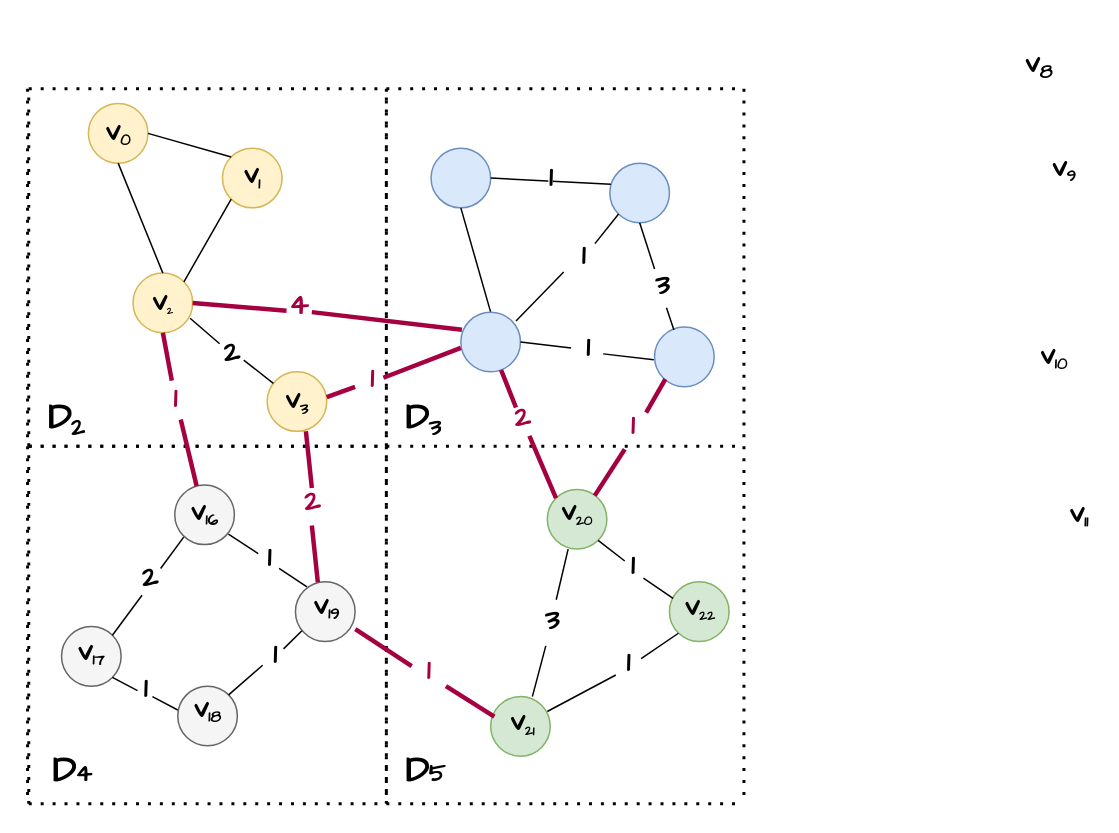
Above: 未命名绘图.drawio in coldbubbletea/World-of-Warcraft--Non-graphical-interface-CPP-game (draw.io), before the change. Source tidied: cells renumbered, new cells numbered last; positions are measured from the earlier drawing's top-left corner, leaving out a move shared by most shapes. Both pictures are drawn from the tidied source at 149%, with x=0, y=0 at pixel (27, 52).
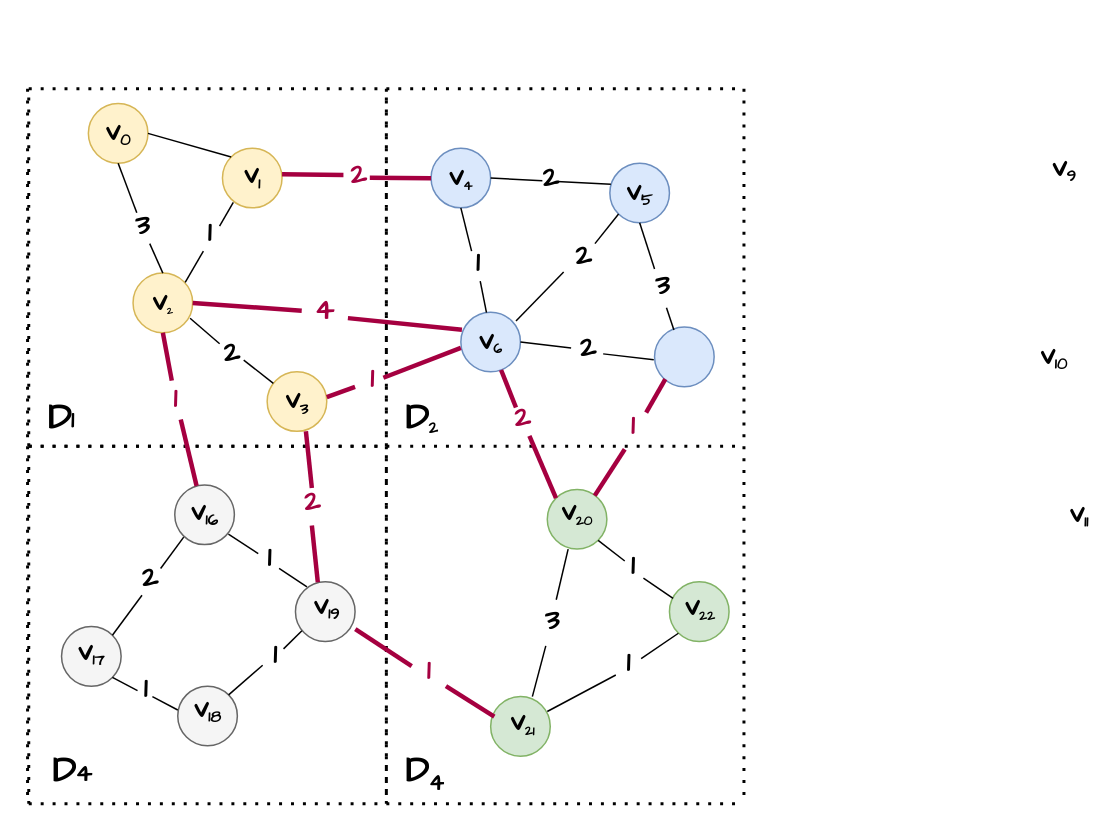
Above is the later version.

Commit message:
更新未命名绘图.drawio

The change refers to these unchanged cells:
```xml
<mxCell id="6" style="ellipse;whiteSpace=wrap;html=1;fillColor=#dae8fc;strokeColor=#6c8ebf;" parent="1" vertex="1">
  <mxGeometry x="270.8" y="64" width="40" height="40" as="geometry" />
</mxCell>
<mxCell id="9" style="endArrow=none;html=1;rounded=0;entryX=0.017;entryY=0.354;entryDx=0;entryDy=0;entryPerimeter=0;exitX=1;exitY=0.5;exitDx=0;exitDy=0;fillColor=#0050ef;strokeColor=#000000;" parent="1" edge="1" source="6" target="5">
  <mxGeometry relative="1" as="geometry" />
</mxCell>
<mxCell id="11" style="ellipse;whiteSpace=wrap;html=1;fillColor=#fff2cc;strokeColor=#d6b656;" parent="1" vertex="1">
  <mxGeometry x="40.8" y="34" width="40" height="40" as="geometry" />
</mxCell>
<mxCell id="12" style="ellipse;whiteSpace=wrap;html=1;fillColor=#fff2cc;strokeColor=#d6b656;" parent="1" vertex="1">
  <mxGeometry x="70.8" y="147.8" width="40" height="40" as="geometry" />
</mxCell>
<mxCell id="13" style="ellipse;whiteSpace=wrap;html=1;fillColor=#fff2cc;strokeColor=#d6b656;" parent="1" vertex="1">
  <mxGeometry x="130.8" y="64" width="40" height="40" as="geometry" />
</mxCell>
<mxCell id="15" style="ellipse;whiteSpace=wrap;html=1;fillColor=#dae8fc;strokeColor=#6c8ebf;" parent="1" vertex="1">
  <mxGeometry x="290.8" y="174" width="40" height="40" as="geometry" />
</mxCell>
```

What changed in the source:
```diff
@@
-    <mxCell id="8" style="endArrow=none;html=1;rounded=0;entryX=0.5;entryY=1;entryDx=0;entryDy=0;exitX=0.25;exitY=0;exitDx=0;exitDy=0;exitPerimeter=0;fillColor=#0050ef;strokeColor=#000000;" parent="1" edge="1" target="6">
+    <mxCell id="8" style="endArrow=none;html=1;rounded=0;entryX=0.5;entryY=1;entryDx=0;entryDy=0;fillColor=#0050ef;strokeColor=#000000;" parent="1" edge="1" target="6">
       <mxGeometry relative="1" as="geometry">
-        <mxPoint x="310.8" y="174" as="sourcePoint" />
+        <mxPoint x="298" y="133" as="sourcePoint" />
       </mxGeometry>
     </mxCell>
@@
-    <mxCell id="10" value="1" style="edgeLabel;html=1;align=center;verticalAlign=middle;fontFamily=Comic Sans MS;fontSize=19;fontStyle=1;" parent="9" vertex="1">
+    <mxCell id="10" value="2" style="edgeLabel;html=1;align=center;verticalAlign=middle;fontFamily=Comic Sans MS;fontSize=19;fontStyle=1;" parent="9" vertex="1">
       <mxGeometry x="-0.28" y="-2" relative="1" as="geometry">
         <mxPoint x="11" y="-3" as="offset" />
       </mxGeometry>
     </mxCell>
@@
-    <mxCell id="18" style="endArrow=none;html=1;rounded=0;exitX=1;exitY=0;exitDx=0;exitDy=0;entryX=0;entryY=1;entryDx=0;entryDy=0;fillColor=#0050ef;strokeColor=#000000;" parent="1" edge="1" source="12" target="13">
+    <mxCell id="18" style="endArrow=none;html=1;rounded=0;entryX=0.182;entryY=0.907;entryDx=0;entryDy=0;fillColor=#0050ef;strokeColor=#000000;exitX=0.886;exitY=0.077;exitDx=0;exitDy=0;exitPerimeter=0;entryPerimeter=0;" parent="1" edge="1" source="117" target="13">
       <mxGeometry relative="1" as="geometry" />
     </mxCell>
-    <mxCell id="19" style="endArrow=none;html=1;rounded=0;entryX=0.5;entryY=0;entryDx=0;entryDy=0;exitX=0.5;exitY=1;exitDx=0;exitDy=0;fillColor=#0050ef;strokeColor=#000000;" parent="1" edge="1" source="11" target="12">
+    <mxCell id="19" style="endArrow=none;html=1;rounded=0;exitX=0.5;exitY=1;exitDx=0;exitDy=0;fillColor=#0050ef;strokeColor=#000000;entryX=0.253;entryY=-0.185;entryDx=0;entryDy=0;entryPerimeter=0;" parent="1" edge="1" source="11" target="115">
       <mxGeometry relative="1" as="geometry" />
     </mxCell>
@@
-    <mxCell id="40" value="&lt;h1&gt;&lt;font face=&quot;Comic Sans MS&quot;&gt;D&lt;span style=&quot;font-size: 20px;&quot;&gt;&lt;sub&gt;2&lt;/sub&gt;&lt;/span&gt;&lt;/font&gt;&lt;/h1&gt;&lt;p&gt;&lt;br&gt;&lt;/p&gt;" style="text;html=1;strokeColor=none;fillColor=none;spacing=5;spacingTop=-20;whiteSpace=wrap;overflow=hidden;rounded=0;" parent="1" vertex="1">
+    <mxCell id="40" value="&lt;h1&gt;&lt;font face=&quot;Comic Sans MS&quot;&gt;D&lt;span style=&quot;font-size: 16.6667px;&quot;&gt;1&lt;/span&gt;&lt;/font&gt;&lt;/h1&gt;&lt;p&gt;&lt;br&gt;&lt;/p&gt;" style="text;html=1;strokeColor=none;fillColor=none;spacing=5;spacingTop=-20;whiteSpace=wrap;overflow=hidden;rounded=0;" parent="1" vertex="1">
       <mxGeometry x="8.8" y="224" width="49" height="44" as="geometry" />
     </mxCell>
-    <mxCell id="41" value="&lt;h1&gt;&lt;font face=&quot;Comic Sans MS&quot;&gt;D&lt;span style=&quot;font-size: 20px;&quot;&gt;&lt;sub&gt;3&lt;/sub&gt;&lt;/span&gt;&lt;/font&gt;&lt;/h1&gt;&lt;p&gt;&lt;br&gt;&lt;/p&gt;" style="text;html=1;strokeColor=none;fillColor=none;spacing=5;spacingTop=-20;whiteSpace=wrap;overflow=hidden;rounded=0;" parent="1" vertex="1">
+    <mxCell id="41" value="&lt;h1&gt;&lt;font face=&quot;Comic Sans MS&quot;&gt;D&lt;span style=&quot;font-size: 13.8889px;&quot;&gt;&lt;sub&gt;2&lt;/sub&gt;&lt;/span&gt;&lt;/font&gt;&lt;/h1&gt;&lt;p&gt;&lt;br&gt;&lt;/p&gt;" style="text;html=1;strokeColor=none;fillColor=none;spacing=5;spacingTop=-20;whiteSpace=wrap;overflow=hidden;rounded=0;" parent="1" vertex="1">
       <mxGeometry x="248.8" y="224" width="49" height="44" as="geometry" />
     </mxCell>
@@
-    <mxCell id="43" value="&lt;h1&gt;&lt;font face=&quot;Comic Sans MS&quot;&gt;D&lt;span style=&quot;font-size: 16.6667px;&quot;&gt;5&lt;/span&gt;&lt;/font&gt;&lt;/h1&gt;&lt;p&gt;&lt;br&gt;&lt;/p&gt;" style="text;html=1;strokeColor=none;fillColor=none;spacing=5;spacingTop=-20;whiteSpace=wrap;overflow=hidden;rounded=0;" parent="1" vertex="1">
+    <mxCell id="43" value="&lt;h1&gt;&lt;font face=&quot;Comic Sans MS&quot;&gt;D&lt;sub style=&quot;&quot;&gt;&lt;font style=&quot;font-size: 16px;&quot;&gt;4&lt;/font&gt;&lt;/sub&gt;&lt;/font&gt;&lt;/h1&gt;&lt;p&gt;&lt;br&gt;&lt;/p&gt;" style="text;html=1;strokeColor=none;fillColor=none;spacing=5;spacingTop=-20;whiteSpace=wrap;overflow=hidden;rounded=0;" parent="1" vertex="1">
       <mxGeometry x="248.8" y="461" width="49" height="44" as="geometry" />
     </mxCell>
     <mxCell id="44" style="endArrow=none;html=1;rounded=0;exitX=1;exitY=0.5;exitDx=0;exitDy=0;strokeWidth=3;fillColor=#d80073;strokeColor=#A50040;" parent="1" edge="1" source="12">
       <mxGeometry relative="1" as="geometry">
-        <mxPoint x="173.8" y="173" as="targetPoint" />
+        <mxPoint x="184" y="173" as="targetPoint" />
       </mxGeometry>
     </mxCell>
@@
-    <mxCell id="56" value="&lt;h2 style=&quot;&quot;&gt;&lt;font style=&quot;font-size: 19px;&quot;&gt;v&lt;/font&gt;&lt;font style=&quot;font-size: 15.8333px;&quot;&gt;&lt;sub&gt;8&lt;/sub&gt;&lt;/font&gt;&lt;/h2&gt;" style="text;html=1;strokeColor=none;fillColor=none;align=center;verticalAlign=middle;whiteSpace=wrap;rounded=0;fontFamily=Comic Sans MS;" parent="1" vertex="1">
-      <mxGeometry x="669" width="20" height="17.5" as="geometry" />
+    <mxCell id="56" value="&lt;h2 style=&quot;&quot;&gt;&lt;font style=&quot;font-size: 19px;&quot;&gt;v&lt;/font&gt;&lt;font style=&quot;font-size: 13.1944px;&quot;&gt;&lt;sub&gt;5&lt;/sub&gt;&lt;/font&gt;&lt;/h2&gt;" style="text;html=1;strokeColor=none;fillColor=none;align=center;verticalAlign=middle;whiteSpace=wrap;rounded=0;fontFamily=Comic Sans MS;" parent="1" vertex="1">
+      <mxGeometry x="400.8" y="85.2" width="20" height="17.5" as="geometry" />
     </mxCell>
@@
     <mxCell id="69" value="&lt;font color=&quot;#a50040&quot; style=&quot;font-size: 19px;&quot; face=&quot;Comic Sans MS&quot;&gt;&lt;b&gt;4&lt;/b&gt;&lt;/font&gt;" style="text;html=1;strokeColor=none;fillColor=none;align=center;verticalAlign=middle;whiteSpace=wrap;rounded=0;" parent="1" vertex="1">
-      <mxGeometry x="170.8" y="162" width="23" height="18" as="geometry" />
+      <mxGeometry x="188.3" y="164.5" width="23" height="18" as="geometry" />
     </mxCell>
     <mxCell id="70" style="endArrow=none;html=1;rounded=0;strokeWidth=3;fillColor=#d80073;strokeColor=#A50040;entryX=0.018;entryY=0.294;entryDx=0;entryDy=0;entryPerimeter=0;" parent="1" edge="1" target="15">
       <mxGeometry relative="1" as="geometry">
-        <mxPoint x="190.8" y="174" as="sourcePoint" />
+        <mxPoint x="215" y="178" as="sourcePoint" />
       </mxGeometry>
     </mxCell>
@@
-    <mxCell id="108" value="&lt;font size=&quot;1&quot; face=&quot;Comic Sans MS&quot;&gt;&lt;b style=&quot;font-size: 19px;&quot;&gt;1&lt;/b&gt;&lt;/font&gt;" style="text;html=1;strokeColor=none;fillColor=none;align=center;verticalAlign=middle;whiteSpace=wrap;rounded=0;" parent="1" vertex="1">
+    <mxCell id="108" value="&lt;font size=&quot;1&quot; face=&quot;Comic Sans MS&quot;&gt;&lt;b style=&quot;font-size: 19px;&quot;&gt;2&lt;/b&gt;&lt;/font&gt;" style="text;html=1;strokeColor=none;fillColor=none;align=center;verticalAlign=middle;whiteSpace=wrap;rounded=0;" parent="1" vertex="1">
       <mxGeometry x="364.8" y="129.8" width="17" height="14.5" as="geometry" />
     </mxCell>
@@
-    <mxCell id="110" value="&lt;font size=&quot;1&quot; face=&quot;Comic Sans MS&quot;&gt;&lt;b style=&quot;font-size: 19px;&quot;&gt;1&lt;/b&gt;&lt;/font&gt;" style="text;html=1;strokeColor=none;fillColor=none;align=center;verticalAlign=middle;whiteSpace=wrap;rounded=0;" parent="1" vertex="1">
+    <mxCell id="110" value="&lt;font size=&quot;1&quot; face=&quot;Comic Sans MS&quot;&gt;&lt;b style=&quot;font-size: 19px;&quot;&gt;2&lt;/b&gt;&lt;/font&gt;" style="text;html=1;strokeColor=none;fillColor=none;align=center;verticalAlign=middle;whiteSpace=wrap;rounded=0;" parent="1" vertex="1">
       <mxGeometry x="367.8" y="192" width="17" height="14.5" as="geometry" />
     </mxCell>
@@
+    <mxCell id="114" value="&lt;h2 style=&quot;&quot;&gt;&lt;font style=&quot;font-size: 19px;&quot;&gt;v&lt;/font&gt;&lt;font style=&quot;font-size: 10.9953px;&quot;&gt;&lt;sub&gt;4&lt;/sub&gt;&lt;/font&gt;&lt;/h2&gt;" style="text;html=1;strokeColor=none;fillColor=none;align=center;verticalAlign=middle;whiteSpace=wrap;rounded=0;fontFamily=Comic Sans MS;" parent="1" vertex="1">
+      <mxGeometry x="280.8" y="75.2" width="20" height="17.5" as="geometry" />
+    </mxCell>
+    <mxCell id="115" value="&lt;font size=&quot;1&quot; face=&quot;Comic Sans MS&quot;&gt;&lt;b style=&quot;font-size: 19px;&quot;&gt;3&lt;/b&gt;&lt;/font&gt;" style="text;html=1;strokeColor=none;fillColor=none;align=center;verticalAlign=middle;whiteSpace=wrap;rounded=0;" parent="1" vertex="1">
+      <mxGeometry x="69" y="110" width="17" height="14.5" as="geometry" />
+    </mxCell>
+    <mxCell id="116" style="endArrow=none;html=1;rounded=0;fillColor=#0050ef;strokeColor=#000000;entryX=0.5;entryY=0;entryDx=0;entryDy=0;" parent="1" edge="1" target="12">
+      <mxGeometry relative="1" as="geometry">
+        <mxPoint x="82" y="128" as="sourcePoint" />
+      </mxGeometry>
+    </mxCell>
+    <mxCell id="117" value="&lt;font size=&quot;1&quot; face=&quot;Comic Sans MS&quot;&gt;&lt;b style=&quot;font-size: 19px;&quot;&gt;1&lt;/b&gt;&lt;/font&gt;" style="text;html=1;strokeColor=none;fillColor=none;align=center;verticalAlign=middle;whiteSpace=wrap;rounded=0;" parent="1" vertex="1">
+      <mxGeometry x="113.8" y="115.2" width="17" height="14.5" as="geometry" />
+    </mxCell>
+    <mxCell id="118" style="endArrow=none;html=1;rounded=0;fillColor=#0050ef;strokeColor=#000000;" parent="1" edge="1">
+      <mxGeometry relative="1" as="geometry">
+        <mxPoint x="105.8" y="154" as="sourcePoint" />
+        <mxPoint x="118" y="133" as="targetPoint" />
+      </mxGeometry>
+    </mxCell>
+    <mxCell id="119" style="endArrow=none;html=1;rounded=0;exitX=1;exitY=0.5;exitDx=0;exitDy=0;strokeWidth=3;fillColor=#d80073;strokeColor=#A50040;" parent="1" edge="1">
+      <mxGeometry relative="1" as="geometry">
+        <mxPoint x="170.8" y="81.5" as="sourcePoint" />
+        <mxPoint x="212" y="82" as="targetPoint" />
+      </mxGeometry>
+    </mxCell>
+    <mxCell id="120" value="&lt;font color=&quot;#a50040&quot; style=&quot;font-size: 19px;&quot; face=&quot;Comic Sans MS&quot;&gt;&lt;b&gt;2&lt;/b&gt;&lt;/font&gt;" style="text;html=1;strokeColor=none;fillColor=none;align=center;verticalAlign=middle;whiteSpace=wrap;rounded=0;" parent="1" vertex="1">
+      <mxGeometry x="210.8" y="73.5" width="23" height="18" as="geometry" />
+    </mxCell>
+    <mxCell id="121" style="endArrow=none;html=1;rounded=0;exitX=1;exitY=0.5;exitDx=0;exitDy=0;strokeWidth=3;fillColor=#d80073;strokeColor=#A50040;" parent="1" edge="1">
+      <mxGeometry relative="1" as="geometry">
+        <mxPoint x="229.7" y="83.8" as="sourcePoint" />
+        <mxPoint x="270.8" y="84.2" as="targetPoint" />
+      </mxGeometry>
+    </mxCell>
+    <mxCell id="122" value="&lt;h2 style=&quot;&quot;&gt;&lt;font style=&quot;font-size: 19px;&quot;&gt;v&lt;/font&gt;&lt;font style=&quot;font-size: 10.9953px;&quot;&gt;&lt;sub&gt;6&lt;/sub&gt;&lt;/font&gt;&lt;/h2&gt;" style="text;html=1;strokeColor=none;fillColor=none;align=center;verticalAlign=middle;whiteSpace=wrap;rounded=0;fontFamily=Comic Sans MS;" parent="1" vertex="1">
+      <mxGeometry x="300.8" y="185.2" width="20" height="17.5" as="geometry" />
+    </mxCell>
+    <mxCell id="123" value="1" style="edgeLabel;html=1;align=center;verticalAlign=middle;fontFamily=Comic Sans MS;fontSize=19;fontStyle=1;" parent="1" vertex="1">
+      <mxGeometry x="342.8" y="94" as="geometry">
+        <mxPoint x="-41" y="47" as="offset" />
+      </mxGeometry>
+    </mxCell>
+    <mxCell id="124" style="endArrow=none;html=1;rounded=0;entryX=0.5;entryY=1;entryDx=0;entryDy=0;fillColor=#0050ef;strokeColor=#000000;exitX=0.43;exitY=0.009;exitDx=0;exitDy=0;exitPerimeter=0;" parent="1" edge="1" source="15">
+      <mxGeometry relative="1" as="geometry">
+        <mxPoint x="303.8" y="153.2" as="targetPoint" />
+      </mxGeometry>
+    </mxCell>
```
